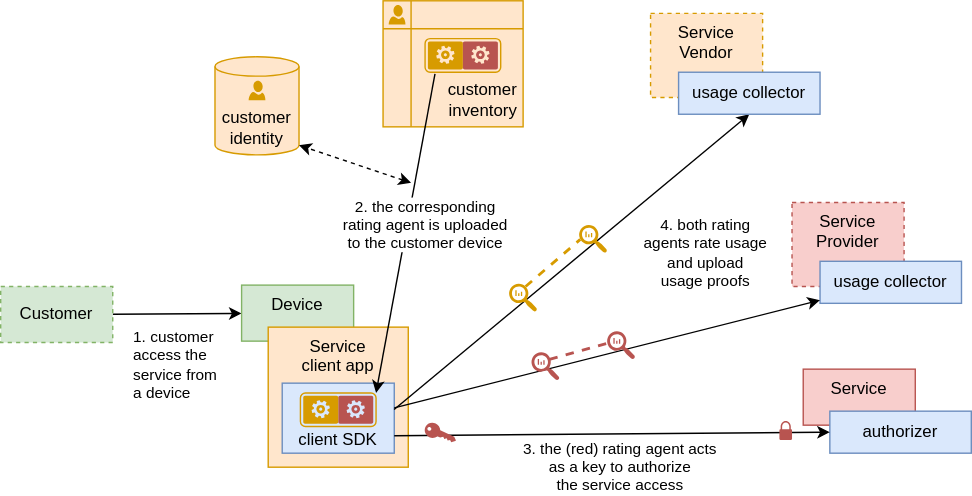
distributed-it-for-telco/distributed-rating-doc keeps this draw.io diagram as src/sequence-3rdparty-complex-usage.drawio.svg. Above is the earlier version. Source tidied: cells renumbered, new cells last; positions are measured from the earlier drawing's top-left corner, leaving out a move shared by most shapes. Its diagram source:
```xml
<mxGraphModel>
  <root>
    <mxCell id="0" />
    <mxCell id="1" parent="0" />
    <mxCell id="2" value="1. customer&lt;br&gt;access the&lt;br&gt;service from&lt;br&gt;&amp;nbsp;a device" style="endArrow=classic;html=1;align=left;labelBackgroundColor=none;" parent="1" edge="1" source="13" target="14">
      <mxGeometry x="-0.72" y="-36" relative="1" as="geometry" />
    </mxCell>
    <mxCell id="3" style="group;" parent="1" vertex="1">
      <mxGeometry x="273" width="100" height="90" as="geometry" />
    </mxCell>
    <mxCell id="4" value="customer inventory" style="shape=internalStorage;whiteSpace=wrap;html=1;backgroundOutline=1;fillColor=#ffe6cc;strokeColor=#d79b00;align=right;verticalAlign=bottom;spacing=4;spacingTop=0;" parent="3" vertex="1">
      <mxGeometry width="100" height="90" as="geometry" />
    </mxCell>
    <mxCell id="5" style="verticalLabelPosition=bottom;html=1;verticalAlign=top;align=center;strokeColor=none;fillColor=#D79B00;shape=mxgraph.azure.user;" parent="3" vertex="1">
      <mxGeometry x="4" y="3" width="12" height="14" as="geometry" />
    </mxCell>
    <mxCell id="6" style="group;" parent="3" vertex="1">
      <mxGeometry x="30" y="27" width="54" height="24" as="geometry" />
    </mxCell>
    <mxCell id="7" style="verticalLabelPosition=bottom;html=1;verticalAlign=top;align=center;strokeColor=none;fillColor=#D79B00;shape=mxgraph.azure.worker_role;" parent="6" vertex="1">
      <mxGeometry x="2" y="2" width="25" height="20" as="geometry" />
    </mxCell>
    <mxCell id="8" style="group;" parent="6" vertex="1">
      <mxGeometry width="54" height="24" as="geometry" />
    </mxCell>
    <mxCell id="9" style="verticalLabelPosition=bottom;html=1;verticalAlign=top;align=center;strokeColor=none;fillColor=#B85450;shape=mxgraph.azure.worker_role;" parent="8" vertex="1">
      <mxGeometry x="27" y="2" width="25" height="20" as="geometry" />
    </mxCell>
    <mxCell id="10" style="rounded=1;whiteSpace=wrap;html=1;fillColor=none;strokeColor=#d79b00;" parent="8" vertex="1">
      <mxGeometry width="54" height="24" as="geometry" />
    </mxCell>
    <mxCell id="11" value="Service" style="rounded=0;whiteSpace=wrap;html=1;fillColor=#f8cecc;strokeColor=#b85450;verticalAlign=top;" parent="1" vertex="1">
      <mxGeometry x="573" y="263" width="80" height="40" as="geometry" />
    </mxCell>
    <mxCell id="12" value="Service&lt;br&gt;Vendor" style="rounded=0;whiteSpace=wrap;html=1;fillColor=#ffe6cc;strokeColor=#d79b00;dashed=1;verticalAlign=top;" parent="1" vertex="1">
      <mxGeometry x="464" y="9" width="80" height="60" as="geometry" />
    </mxCell>
    <mxCell id="13" value="Customer" style="rounded=0;whiteSpace=wrap;html=1;fillColor=#d5e8d4;strokeColor=#82b366;dashed=1;" parent="1" vertex="1">
      <mxGeometry y="204" width="80" height="40" as="geometry" />
    </mxCell>
    <mxCell id="14" value="Device" style="rounded=0;whiteSpace=wrap;html=1;fillColor=#d5e8d4;strokeColor=#82b366;verticalAlign=top;" parent="1" vertex="1">
      <mxGeometry x="172" y="203" width="80" height="40" as="geometry" />
    </mxCell>
    <mxCell id="15" value="Service &lt;br&gt;client app" style="rounded=0;whiteSpace=wrap;html=1;fillColor=#ffe6cc;strokeColor=#d79b00;verticalAlign=top;" parent="1" vertex="1">
      <mxGeometry x="191" y="233" width="100" height="100" as="geometry" />
    </mxCell>
    <mxCell id="16" value="client SDK" style="rounded=0;whiteSpace=wrap;html=1;fillColor=#dae8fc;strokeColor=#6c8ebf;verticalAlign=bottom;" parent="1" vertex="1">
      <mxGeometry x="201" y="273" width="80" height="50" as="geometry" />
    </mxCell>
    <mxCell id="17" value="authorizer" style="rounded=0;whiteSpace=wrap;html=1;fillColor=#dae8fc;strokeColor=#6c8ebf;verticalAlign=middle;" parent="1" vertex="1">
      <mxGeometry x="592" y="293" width="101" height="30" as="geometry" />
    </mxCell>
    <mxCell id="18" value="2. the corresponding &lt;br&gt;&lt;div&gt;rating agent is uploaded&lt;/div&gt;to the customer device" style="endArrow=classic;html=1;entryX=1;entryY=0;entryDx=0;entryDy=0;exitX=0.131;exitY=1.05;exitDx=0;exitDy=0;exitPerimeter=0;align=center;" parent="1" edge="1" source="10" target="35">
      <mxGeometry x="-0.07" y="13" relative="1" as="geometry" />
    </mxCell>
    <mxCell id="19" style="group;" parent="1" vertex="1">
      <mxGeometry x="153" y="40" width="60" height="70" as="geometry" />
    </mxCell>
    <mxCell id="20" value="customer&lt;br&gt;identity" style="shape=cylinder3;whiteSpace=wrap;html=1;boundedLbl=1;backgroundOutline=1;size=6.904761904761841;fillColor=#ffe6cc;strokeColor=#d79b00;verticalAlign=bottom;" parent="19" vertex="1">
      <mxGeometry width="60" height="70" as="geometry" />
    </mxCell>
    <mxCell id="21" style="verticalLabelPosition=bottom;html=1;verticalAlign=top;align=center;strokeColor=none;fillColor=#D79B00;shape=mxgraph.azure.user;" parent="19" vertex="1">
      <mxGeometry x="24" y="17" width="12" height="14" as="geometry" />
    </mxCell>
    <mxCell id="22" value="3. the (red) rating agent acts&lt;br&gt;as a key to authorize&lt;br&gt;the service access" style="endArrow=classic;html=1;entryX=0;entryY=0.5;entryDx=0;entryDy=0;exitX=1;exitY=0.75;exitDx=0;exitDy=0;" parent="1" edge="1" source="16" target="17">
      <mxGeometry x="0.03" y="-24" relative="1" as="geometry" />
    </mxCell>
    <mxCell id="23" style="endArrow=classic;html=1;exitX=0.999;exitY=0.376;exitDx=0;exitDy=0;entryX=0.5;entryY=1;entryDx=0;entryDy=0;exitPerimeter=0;" parent="1" edge="1" source="16" target="30">
      <mxGeometry x="0.61" y="3" relative="1" as="geometry" />
    </mxCell>
    <mxCell id="24" style="sketch=0;shadow=0;dashed=0;html=1;strokeColor=none;labelPosition=center;verticalLabelPosition=bottom;verticalAlign=top;align=center;fillColor=#D79B00;shape=mxgraph.mscae.oms.log_search;fontColor=#D79B00;flipH=1;" parent="1" vertex="1">
      <mxGeometry x="363" y="202" width="20" height="20" as="geometry" />
    </mxCell>
    <mxCell id="25" style="verticalLabelPosition=bottom;sketch=0;html=1;verticalAlign=top;align=center;shape=mxgraph.cisco19.key;fillColor=#B85450;strokeColor=none;rotation=25;" parent="1" vertex="1">
      <mxGeometry x="302.1" y="304" width="23.9" height="10.8" as="geometry" />
    </mxCell>
    <mxCell id="26" style="sketch=0;shadow=0;dashed=0;html=1;strokeColor=none;labelPosition=center;verticalLabelPosition=bottom;verticalAlign=top;align=center;fillColor=#D79B00;shape=mxgraph.mscae.oms.log_search;fontColor=#D79B00;flipH=1;" parent="1" vertex="1">
      <mxGeometry x="413" y="160" width="20" height="20" as="geometry" />
    </mxCell>
    <mxCell id="27" style="endArrow=none;dashed=1;html=1;strokeWidth=2;fontColor=#D79B00;exitX=0.41;exitY=0.1;exitDx=0;exitDy=0;exitPerimeter=0;entryX=0.96;entryY=0.519;entryDx=0;entryDy=0;entryPerimeter=0;strokeColor=#D79B00;targetPerimeterSpacing=0;endSize=6;" parent="1" edge="1" source="24" target="26">
      <mxGeometry relative="1" as="geometry" />
    </mxCell>
    <mxCell id="28" style="sketch=0;shadow=0;dashed=0;html=1;strokeColor=none;fillColor=#B85450;labelPosition=center;verticalLabelPosition=bottom;verticalAlign=top;align=center;shape=mxgraph.office.security.lock_protected;" parent="1" vertex="1">
      <mxGeometry x="556" y="300" width="9" height="13.5" as="geometry" />
    </mxCell>
    <mxCell id="29" style="endArrow=classic;startArrow=classic;html=1;dashed=1;entryX=1;entryY=1;entryDx=0;entryDy=-6.904761904761841;entryPerimeter=0;" parent="1" edge="1" target="20">
      <mxGeometry relative="1" as="geometry">
        <mxPoint x="293" y="130" as="sourcePoint" />
      </mxGeometry>
    </mxCell>
    <mxCell id="30" value="usage collector" style="rounded=0;whiteSpace=wrap;html=1;fillColor=#dae8fc;strokeColor=#6c8ebf;verticalAlign=middle;" parent="1" vertex="1">
      <mxGeometry x="484" y="51" width="101" height="30" as="geometry" />
    </mxCell>
    <mxCell id="31" value="Service&lt;br&gt;Provider" style="rounded=0;whiteSpace=wrap;html=1;fillColor=#f8cecc;strokeColor=#b85450;dashed=1;verticalAlign=top;" parent="1" vertex="1">
      <mxGeometry x="565" y="144" width="80" height="60" as="geometry" />
    </mxCell>
    <mxCell id="32" value="usage collector" style="rounded=0;whiteSpace=wrap;html=1;fillColor=#dae8fc;strokeColor=#6c8ebf;verticalAlign=middle;" parent="1" vertex="1">
      <mxGeometry x="585" y="186" width="101" height="30" as="geometry" />
    </mxCell>
    <mxCell id="33" style="group;" parent="1" vertex="1">
      <mxGeometry x="214" y="280" width="54" height="24" as="geometry" />
    </mxCell>
    <mxCell id="34" style="verticalLabelPosition=bottom;html=1;verticalAlign=top;align=center;strokeColor=none;fillColor=#B85450;shape=mxgraph.azure.worker_role;" parent="33" vertex="1">
      <mxGeometry x="27" y="2" width="25" height="20" as="geometry" />
    </mxCell>
    <mxCell id="35" style="rounded=1;whiteSpace=wrap;html=1;fillColor=none;strokeColor=#d79b00;" parent="33" vertex="1">
      <mxGeometry width="54" height="24" as="geometry" />
    </mxCell>
    <mxCell id="36" style="verticalLabelPosition=bottom;html=1;verticalAlign=top;align=center;strokeColor=none;fillColor=#D79B00;shape=mxgraph.azure.worker_role;" parent="1" vertex="1">
      <mxGeometry x="216" y="282" width="25" height="20" as="geometry" />
    </mxCell>
    <mxCell id="37" value="4. both rating&lt;br&gt;agents rate usage&lt;br&gt;and upload &lt;br&gt;usage proofs" style="endArrow=classic;html=1;exitX=1;exitY=0.373;exitDx=0;exitDy=0;exitPerimeter=0;" parent="1" edge="1" target="32">
      <mxGeometry x="0.55" y="53" relative="1" as="geometry">
        <mxPoint x="281" y="290.6" as="sourcePoint" />
      </mxGeometry>
    </mxCell>
    <mxCell id="38" style="sketch=0;shadow=0;dashed=0;html=1;strokeColor=none;labelPosition=center;verticalLabelPosition=bottom;verticalAlign=top;align=center;fillColor=#B85450;shape=mxgraph.mscae.oms.log_search;fontColor=#D79B00;flipH=1;" parent="1" vertex="1">
      <mxGeometry x="379" y="251" width="20" height="20" as="geometry" />
    </mxCell>
    <mxCell id="39" style="sketch=0;shadow=0;dashed=0;html=1;strokeColor=none;labelPosition=center;verticalLabelPosition=bottom;verticalAlign=top;align=center;fillColor=#B85450;shape=mxgraph.mscae.oms.log_search;fontColor=#D79B00;flipH=1;" parent="1" vertex="1">
      <mxGeometry x="433" y="236" width="20" height="20" as="geometry" />
    </mxCell>
    <mxCell id="40" style="endArrow=none;dashed=1;html=1;strokeWidth=2;fontColor=#D79B00;exitX=0.359;exitY=0.254;exitDx=0;exitDy=0;exitPerimeter=0;entryX=0.965;entryY=0.422;entryDx=0;entryDy=0;entryPerimeter=0;strokeColor=#B85450;targetPerimeterSpacing=0;endSize=6;" parent="1" edge="1" source="38" target="39">
      <mxGeometry relative="1" as="geometry" />
    </mxCell>
  </root>
</mxGraphModel>
```
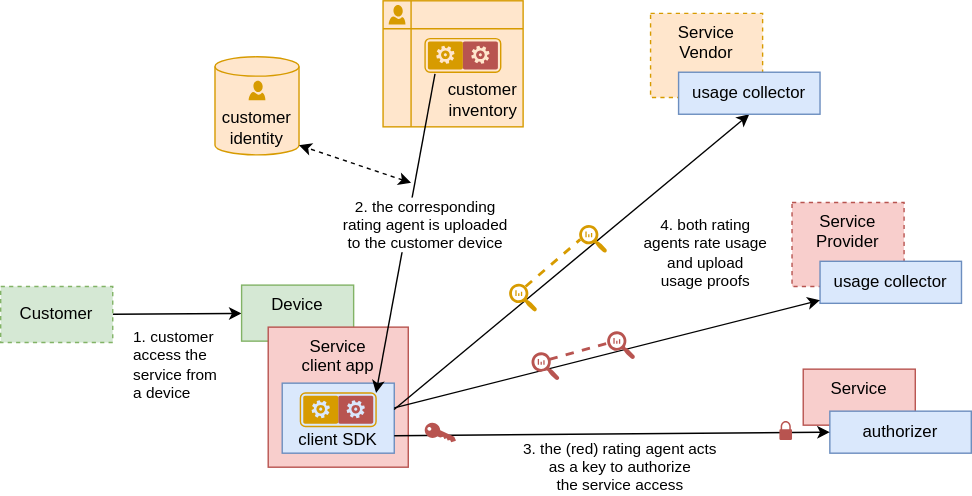
Above is the later version.

Commit message:
error on service client app

The edit, as a diff of the source:
```diff
@@ -41,7 +41,7 @@
     <mxCell id="14" value="Device" style="rounded=0;whiteSpace=wrap;html=1;fillColor=#d5e8d4;strokeColor=#82b366;verticalAlign=top;" parent="1" vertex="1">
       <mxGeometry x="172" y="203" width="80" height="40" as="geometry" />
     </mxCell>
-    <mxCell id="15" value="Service &lt;br&gt;client app" style="rounded=0;whiteSpace=wrap;html=1;fillColor=#ffe6cc;strokeColor=#d79b00;verticalAlign=top;" parent="1" vertex="1">
+    <mxCell id="15" value="Service &lt;br&gt;client app" style="rounded=0;whiteSpace=wrap;html=1;fillColor=#f8cecc;strokeColor=#b85450;verticalAlign=top;" parent="1" vertex="1">
       <mxGeometry x="191" y="233" width="100" height="100" as="geometry" />
     </mxCell>
     <mxCell id="16" value="client SDK" style="rounded=0;whiteSpace=wrap;html=1;fillColor=#dae8fc;strokeColor=#6c8ebf;verticalAlign=bottom;" parent="1" vertex="1">
```
